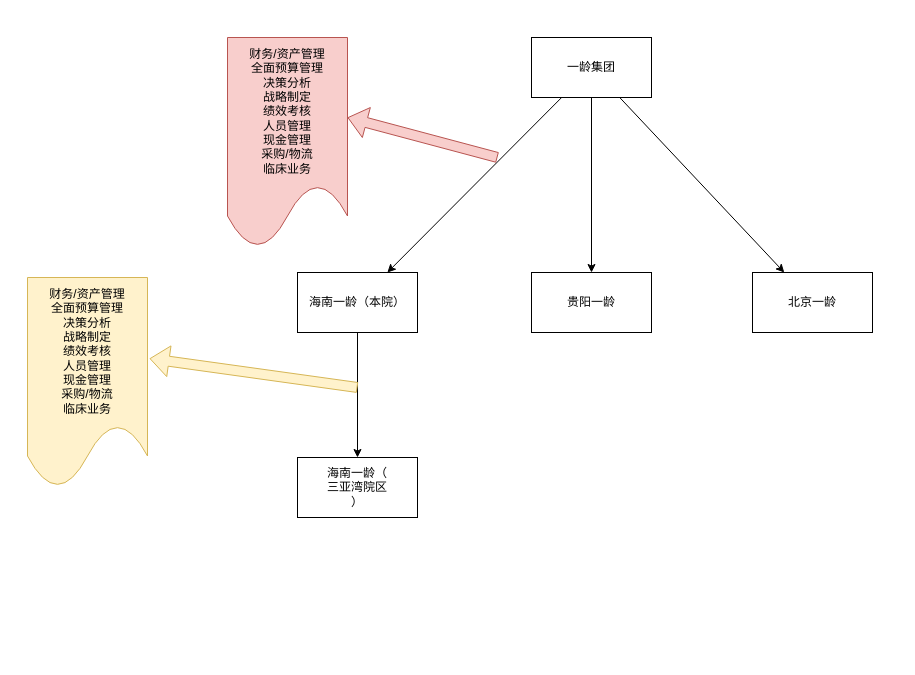
goylsf/image keeps this draw.io diagram as 海南一龄业务架构图.drawio. Above is the earlier version. Source tidied: cells renumbered, new cells numbered last; positions are measured from the earlier drawing's top-left corner, leaving out a move shared by most shapes. Both pictures are drawn from the tidied source at 100%, with x=0, y=0 at pixel (27, 37).
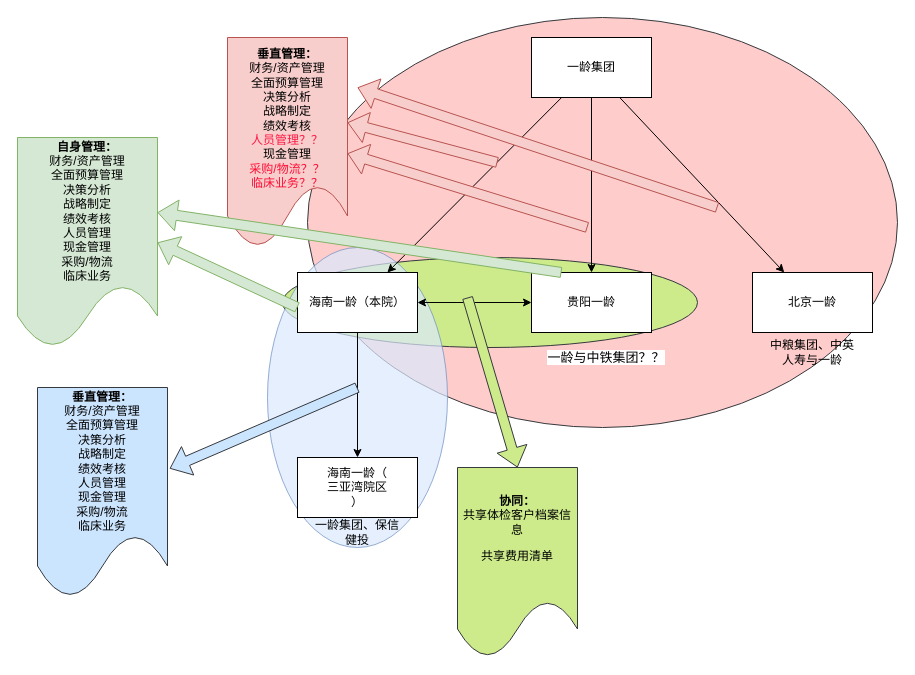
The same page after the edit.

Commit message (it also covers changes not shown here):
更新海南一龄业务架构图.drawio

The change refers to these unchanged cells:
```xml
<mxCell id="7" value="海南一龄（本院）" style="rounded=0;whiteSpace=wrap;html=1;" parent="1" vertex="1">
  <mxGeometry x="270" y="235" width="120" height="60" as="geometry" />
</mxCell>
<mxCell id="8" value="贵阳一龄" style="rounded=0;whiteSpace=wrap;html=1;" parent="1" vertex="1">
  <mxGeometry x="504" y="235" width="120" height="60" as="geometry" />
</mxCell>
```

The edit, as a diff of the source:
```diff
@@
+    <mxCell id="15" style="ellipse;whiteSpace=wrap;html=1;fillColor=#ffcccc;strokeColor=#36393d;" parent="1" vertex="1">
+      <mxGeometry x="280" y="-20" width="590" height="410" as="geometry" />
+    </mxCell>
+    <mxCell id="16" style="ellipse;whiteSpace=wrap;html=1;fillColor=#cdeb8b;strokeColor=#36393d;" parent="1" vertex="1">
+      <mxGeometry x="255" y="220" width="415" height="90" as="geometry" />
+    </mxCell>
+    <mxCell id="17" style="ellipse;whiteSpace=wrap;html=1;fillColor=#dae8fc;strokeColor=#6c8ebf;opacity=70;" parent="1" vertex="1">
+      <mxGeometry x="240" y="210" width="180" height="300" as="geometry" />
+    </mxCell>
@@
-    <mxCell id="11" style="shape=flexArrow;endArrow=classic;html=1;rounded=0;fillColor=#fff2cc;strokeColor=#d6b656;entryX=1.017;entryY=0.386;entryDx=0;entryDy=0;entryPerimeter=0;" parent="1" edge="1" target="12">
+    <mxCell id="11" style="shape=flexArrow;endArrow=classic;html=1;rounded=0;fillColor=#cce5ff;strokeColor=#36393d;entryX=1.017;entryY=0.386;entryDx=0;entryDy=0;entryPerimeter=0;" parent="1" edge="1" target="12">
       <mxGeometry relative="1" as="geometry">
         <mxPoint x="330" y="350" as="sourcePoint" />
       </mxGeometry>
     </mxCell>
-    <mxCell id="12" value="财务/资产管理&lt;br style=&quot;border-color: var(--border-color); padding: 0px; margin: 0px; text-align: left;&quot;&gt;&lt;span style=&quot;text-align: left;&quot;&gt;全面预算管理&lt;/span&gt;&lt;br style=&quot;border-color: var(--border-color); padding: 0px; margin: 0px; text-align: left;&quot;&gt;&lt;span style=&quot;text-align: left;&quot;&gt;决策分析&lt;/span&gt;&lt;br style=&quot;border-color: var(--border-color); padding: 0px; margin: 0px; text-align: left;&quot;&gt;&lt;span style=&quot;text-align: left;&quot;&gt;战略制定&lt;/span&gt;&lt;br style=&quot;border-color: var(--border-color); padding: 0px; margin: 0px; text-align: left;&quot;&gt;&lt;span style=&quot;text-align: left;&quot;&gt;绩效考核&lt;/span&gt;&lt;br style=&quot;border-color: var(--border-color); padding: 0px; margin: 0px; text-align: left;&quot;&gt;&lt;span style=&quot;text-align: left;&quot;&gt;人员管理&lt;/span&gt;&lt;br style=&quot;border-color: var(--border-color); padding: 0px; margin: 0px; text-align: left;&quot;&gt;&lt;span style=&quot;text-align: left;&quot;&gt;现金管理&lt;/span&gt;&lt;br style=&quot;border-color: var(--border-color); padding: 0px; margin: 0px; text-align: left;&quot;&gt;&lt;span style=&quot;text-align: left;&quot;&gt;采购/物流&lt;/span&gt;&lt;br style=&quot;border-color: var(--border-color); padding: 0px; margin: 0px; text-align: left;&quot;&gt;&lt;span style=&quot;text-align: left;&quot;&gt;临床业务&lt;/span&gt;" style="shape=document;whiteSpace=wrap;html=1;boundedLbl=1;fillColor=#fff2cc;strokeColor=#d6b656;" parent="1" vertex="1">
-      <mxGeometry y="240" width="120" height="210" as="geometry" />
+    <mxCell id="12" value="&lt;b style=&quot;border-color: var(--border-color);&quot;&gt;垂直管理：&lt;br&gt;&lt;/b&gt;财务/资产管理&lt;br style=&quot;border-color: var(--border-color); padding: 0px; margin: 0px; text-align: left;&quot;&gt;&lt;span style=&quot;text-align: left;&quot;&gt;全面预算管理&lt;/span&gt;&lt;br style=&quot;border-color: var(--border-color); padding: 0px; margin: 0px; text-align: left;&quot;&gt;&lt;span style=&quot;text-align: left;&quot;&gt;决策分析&lt;/span&gt;&lt;br style=&quot;border-color: var(--border-color); padding: 0px; margin: 0px; text-align: left;&quot;&gt;&lt;span style=&quot;text-align: left;&quot;&gt;战略制定&lt;/span&gt;&lt;br style=&quot;border-color: var(--border-color); padding: 0px; margin: 0px; text-align: left;&quot;&gt;&lt;span style=&quot;text-align: left;&quot;&gt;绩效考核&lt;/span&gt;&lt;br style=&quot;border-color: var(--border-color); padding: 0px; margin: 0px; text-align: left;&quot;&gt;&lt;span style=&quot;text-align: left;&quot;&gt;人员管理&lt;/span&gt;&lt;br style=&quot;border-color: var(--border-color); padding: 0px; margin: 0px; text-align: left;&quot;&gt;&lt;span style=&quot;text-align: left;&quot;&gt;现金管理&lt;/span&gt;&lt;br style=&quot;border-color: var(--border-color); padding: 0px; margin: 0px; text-align: left;&quot;&gt;&lt;span style=&quot;text-align: left;&quot;&gt;采购/物流&lt;/span&gt;&lt;br style=&quot;border-color: var(--border-color); padding: 0px; margin: 0px; text-align: left;&quot;&gt;&lt;span style=&quot;text-align: left;&quot;&gt;临床业务&lt;/span&gt;" style="shape=document;whiteSpace=wrap;html=1;boundedLbl=1;fillColor=#cce5ff;strokeColor=#36393d;" parent="1" vertex="1">
+      <mxGeometry x="10" y="350" width="130" height="210" as="geometry" />
     </mxCell>
-    <mxCell id="13" value="财务/资产管理&lt;br style=&quot;border-color: var(--border-color); padding: 0px; margin: 0px; text-align: left;&quot;&gt;&lt;span style=&quot;text-align: left;&quot;&gt;全面预算管理&lt;/span&gt;&lt;br style=&quot;border-color: var(--border-color); padding: 0px; margin: 0px; text-align: left;&quot;&gt;&lt;span style=&quot;text-align: left;&quot;&gt;决策分析&lt;/span&gt;&lt;br style=&quot;border-color: var(--border-color); padding: 0px; margin: 0px; text-align: left;&quot;&gt;&lt;span style=&quot;text-align: left;&quot;&gt;战略制定&lt;/span&gt;&lt;br style=&quot;border-color: var(--border-color); padding: 0px; margin: 0px; text-align: left;&quot;&gt;&lt;span style=&quot;text-align: left;&quot;&gt;绩效考核&lt;/span&gt;&lt;br style=&quot;border-color: var(--border-color); padding: 0px; margin: 0px; text-align: left;&quot;&gt;&lt;span style=&quot;text-align: left;&quot;&gt;人员管理&lt;/span&gt;&lt;br style=&quot;border-color: var(--border-color); padding: 0px; margin: 0px; text-align: left;&quot;&gt;&lt;span style=&quot;text-align: left;&quot;&gt;现金管理&lt;/span&gt;&lt;br style=&quot;border-color: var(--border-color); padding: 0px; margin: 0px; text-align: left;&quot;&gt;&lt;span style=&quot;text-align: left;&quot;&gt;采购/物流&lt;/span&gt;&lt;br style=&quot;border-color: var(--border-color); padding: 0px; margin: 0px; text-align: left;&quot;&gt;&lt;span style=&quot;text-align: left;&quot;&gt;临床业务&lt;/span&gt;" style="shape=document;whiteSpace=wrap;html=1;boundedLbl=1;fillColor=#f8cecc;strokeColor=#b85450;" parent="1" vertex="1">
+    <mxCell id="13" value="&lt;b&gt;&lt;br&gt;垂直管理：&lt;/b&gt;&lt;br&gt;财务/资产管理&lt;br style=&quot;border-color: var(--border-color); padding: 0px; margin: 0px; text-align: left;&quot;&gt;&lt;span style=&quot;text-align: left;&quot;&gt;全面预算管理&lt;/span&gt;&lt;br style=&quot;border-color: var(--border-color); padding: 0px; margin: 0px; text-align: left;&quot;&gt;&lt;span style=&quot;text-align: left;&quot;&gt;决策分析&lt;/span&gt;&lt;br style=&quot;border-color: var(--border-color); padding: 0px; margin: 0px; text-align: left;&quot;&gt;&lt;span style=&quot;text-align: left;&quot;&gt;战略制定&lt;/span&gt;&lt;br style=&quot;border-color: var(--border-color); padding: 0px; margin: 0px; text-align: left;&quot;&gt;&lt;span style=&quot;text-align: left;&quot;&gt;绩效考核&lt;/span&gt;&lt;br style=&quot;border-color: var(--border-color); padding: 0px; margin: 0px; text-align: left;&quot;&gt;&lt;span style=&quot;text-align: left;&quot;&gt;&lt;font color=&quot;#ff1745&quot;&gt;人员管理？？&lt;/font&gt;&lt;/span&gt;&lt;br style=&quot;border-color: var(--border-color); padding: 0px; margin: 0px; text-align: left;&quot;&gt;&lt;span style=&quot;text-align: left;&quot;&gt;现金管理&lt;/span&gt;&lt;br style=&quot;border-color: var(--border-color); padding: 0px; margin: 0px; text-align: left;&quot;&gt;&lt;font color=&quot;#ff0d35&quot;&gt;&lt;span style=&quot;text-align: left;&quot;&gt;采购/物流？？&lt;/span&gt;&lt;br style=&quot;border-color: var(--border-color); padding: 0px; margin: 0px; text-align: left;&quot;&gt;&lt;span style=&quot;text-align: left;&quot;&gt;临床业务？？&lt;/span&gt;&lt;/font&gt;" style="shape=document;whiteSpace=wrap;html=1;boundedLbl=1;fillColor=#f8cecc;strokeColor=#b85450;" parent="1" vertex="1">
       <mxGeometry x="200" width="120" height="210" as="geometry" />
     </mxCell>
     <mxCell id="14" style="shape=flexArrow;endArrow=classic;html=1;rounded=0;fillColor=#f8cecc;strokeColor=#b85450;entryX=1.042;entryY=0.319;entryDx=0;entryDy=0;entryPerimeter=0;" parent="1" edge="1">
       <mxGeometry relative="1" as="geometry">
-        <mxPoint x="470" y="120" as="sourcePoint" />
-        <mxPoint x="320" y="80" as="targetPoint" />
+        <mxPoint x="470" y="125" as="sourcePoint" />
+        <mxPoint x="320" y="85" as="targetPoint" />
       </mxGeometry>
     </mxCell>
+    <mxCell id="18" style="shape=flexArrow;endArrow=classic;html=1;rounded=0;entryX=1;entryY=0.552;entryDx=0;entryDy=0;entryPerimeter=0;fillColor=#f8cecc;strokeColor=#b85450;" parent="1" edge="1" target="13">
+      <mxGeometry relative="1" as="geometry">
+        <mxPoint x="560" y="190" as="sourcePoint" />
+      </mxGeometry>
+    </mxCell>
+    <mxCell id="19" style="shape=flexArrow;endArrow=classic;html=1;rounded=0;fillColor=#f8cecc;strokeColor=#b85450;" parent="1" edge="1">
+      <mxGeometry relative="1" as="geometry">
+        <mxPoint x="690" y="170" as="sourcePoint" />
+        <mxPoint x="330" y="50" as="targetPoint" />
+      </mxGeometry>
+    </mxCell>
+    <mxCell id="20" value="&lt;b&gt;自身管理：&lt;br&gt;&lt;/b&gt;财务/资产管理&lt;br style=&quot;border-color: var(--border-color); padding: 0px; margin: 0px; text-align: left;&quot;&gt;全面预算管理&lt;br style=&quot;border-color: var(--border-color); padding: 0px; margin: 0px; text-align: left;&quot;&gt;&lt;span style=&quot;border-color: var(--border-color); text-align: left;&quot;&gt;决策分析&lt;/span&gt;&lt;br style=&quot;border-color: var(--border-color); padding: 0px; margin: 0px; text-align: left;&quot;&gt;&lt;span style=&quot;border-color: var(--border-color); text-align: left;&quot;&gt;战略制定&lt;/span&gt;&lt;br style=&quot;border-color: var(--border-color); padding: 0px; margin: 0px; text-align: left;&quot;&gt;&lt;span style=&quot;border-color: var(--border-color); text-align: left;&quot;&gt;绩效考核&lt;/span&gt;&lt;br style=&quot;border-color: var(--border-color); padding: 0px; margin: 0px; text-align: left;&quot;&gt;&lt;span style=&quot;border-color: var(--border-color); text-align: left;&quot;&gt;人员管理&lt;/span&gt;&lt;br style=&quot;border-color: var(--border-color); padding: 0px; margin: 0px; text-align: left;&quot;&gt;&lt;span style=&quot;border-color: var(--border-color); text-align: left;&quot;&gt;现金管理&lt;/span&gt;&lt;br style=&quot;border-color: var(--border-color); padding: 0px; margin: 0px; text-align: left;&quot;&gt;&lt;span style=&quot;border-color: var(--border-color); text-align: left;&quot;&gt;采购/物流&lt;/span&gt;&lt;br style=&quot;border-color: var(--border-color); padding: 0px; margin: 0px; text-align: left;&quot;&gt;&lt;span style=&quot;border-color: var(--border-color); text-align: left;&quot;&gt;临床业务&lt;/span&gt;" style="shape=document;whiteSpace=wrap;html=1;boundedLbl=1;fillColor=#d5e8d4;strokeColor=#82b366;" parent="1" vertex="1">
+      <mxGeometry x="-10" y="100" width="140" height="210" as="geometry" />
+    </mxCell>
+    <mxCell id="21" value="中粮集团、中英人寿与一龄" style="text;html=1;strokeColor=none;fillColor=none;align=center;verticalAlign=middle;whiteSpace=wrap;rounded=0;" parent="1" vertex="1">
+      <mxGeometry x="740" y="300" width="90" height="30" as="geometry" />
+    </mxCell>
+    <mxCell id="22" value="&lt;span style=&quot;background-color: initial;&quot;&gt;一龄集团、&lt;/span&gt;&lt;span style=&quot;background-color: initial;&quot;&gt;保信健投&lt;/span&gt;" style="text;html=1;strokeColor=none;fillColor=none;align=center;verticalAlign=middle;whiteSpace=wrap;rounded=0;fontStyle=0;" parent="1" vertex="1">
+      <mxGeometry x="285" y="480" width="90" height="30" as="geometry" />
+    </mxCell>
+    <mxCell id="23" value="&lt;em style=&quot;font-style: normal; font-family: Arial, sans-serif; font-size: 13px; font-variant-ligatures: normal; font-variant-caps: normal; font-weight: 400; letter-spacing: normal; orphans: 2; text-align: start; text-indent: 0px; text-transform: none; widows: 2; word-spacing: 0px; -webkit-text-stroke-width: 0px; background-color: rgb(255, 255, 255); text-decoration-thickness: initial; text-decoration-style: initial; text-decoration-color: initial;&quot;&gt;一龄&lt;/em&gt;&lt;span style=&quot;font-family: Arial, sans-serif; font-size: 13px; font-style: normal; font-variant-ligatures: normal; font-variant-caps: normal; font-weight: 400; letter-spacing: normal; orphans: 2; text-align: start; text-indent: 0px; text-transform: none; widows: 2; word-spacing: 0px; -webkit-text-stroke-width: 0px; background-color: rgb(255, 255, 255); text-decoration-thickness: initial; text-decoration-style: initial; text-decoration-color: initial; float: none; display: inline !important;&quot;&gt;与中铁集团？？&lt;/span&gt;" style="text;whiteSpace=wrap;html=1;align=center;verticalAlign=middle;rounded=0;fontColor=#000000;" parent="1" vertex="1">
+      <mxGeometry x="504" y="300" width="150" height="40" as="geometry" />
+    </mxCell>
+    <mxCell id="24" style="shape=flexArrow;endArrow=classic;html=1;rounded=0;fillColor=#d5e8d4;strokeColor=#82b366;entryX=1;entryY=0.5;entryDx=0;entryDy=0;" parent="1" edge="1" target="20">
+      <mxGeometry relative="1" as="geometry">
+        <mxPoint x="270" y="270" as="sourcePoint" />
+      </mxGeometry>
+    </mxCell>
+    <mxCell id="25" style="endArrow=classic;startArrow=classic;html=1;rounded=0;entryX=0;entryY=0.5;entryDx=0;entryDy=0;exitX=1;exitY=0.5;exitDx=0;exitDy=0;" parent="1" edge="1" source="7" target="8">
+      <mxGeometry relative="1" as="geometry" />
+    </mxCell>
+    <mxCell id="26" value="&lt;b&gt;协同：&lt;/b&gt;&lt;br&gt;共享体检客户档案信息&lt;br&gt;&lt;p class=&quot;MsoNormal&quot;&gt;共享费用清单&lt;/p&gt;" style="shape=document;whiteSpace=wrap;html=1;boundedLbl=1;fillColor=#cdeb8b;strokeColor=#36393d;" parent="1" vertex="1">
+      <mxGeometry x="430" y="430" width="120" height="190" as="geometry" />
+    </mxCell>
+    <mxCell id="27" style="shape=flexArrow;endArrow=classic;html=1;rounded=0;entryX=0.5;entryY=0;entryDx=0;entryDy=0;fillColor=#cdeb8b;strokeColor=#36393d;" parent="1" edge="1" target="26">
+      <mxGeometry relative="1" as="geometry">
+        <mxPoint x="440" y="260" as="sourcePoint" />
+      </mxGeometry>
+    </mxCell>
+    <mxCell id="28" style="shape=flexArrow;endArrow=classic;html=1;rounded=0;fillColor=#d5e8d4;strokeColor=#82b366;entryX=1;entryY=0.5;entryDx=0;entryDy=0;exitX=0.25;exitY=0;exitDx=0;exitDy=0;" parent="1" edge="1" source="8">
+      <mxGeometry relative="1" as="geometry">
+        <mxPoint x="130" y="175" as="targetPoint" />
+      </mxGeometry>
+    </mxCell>
```
